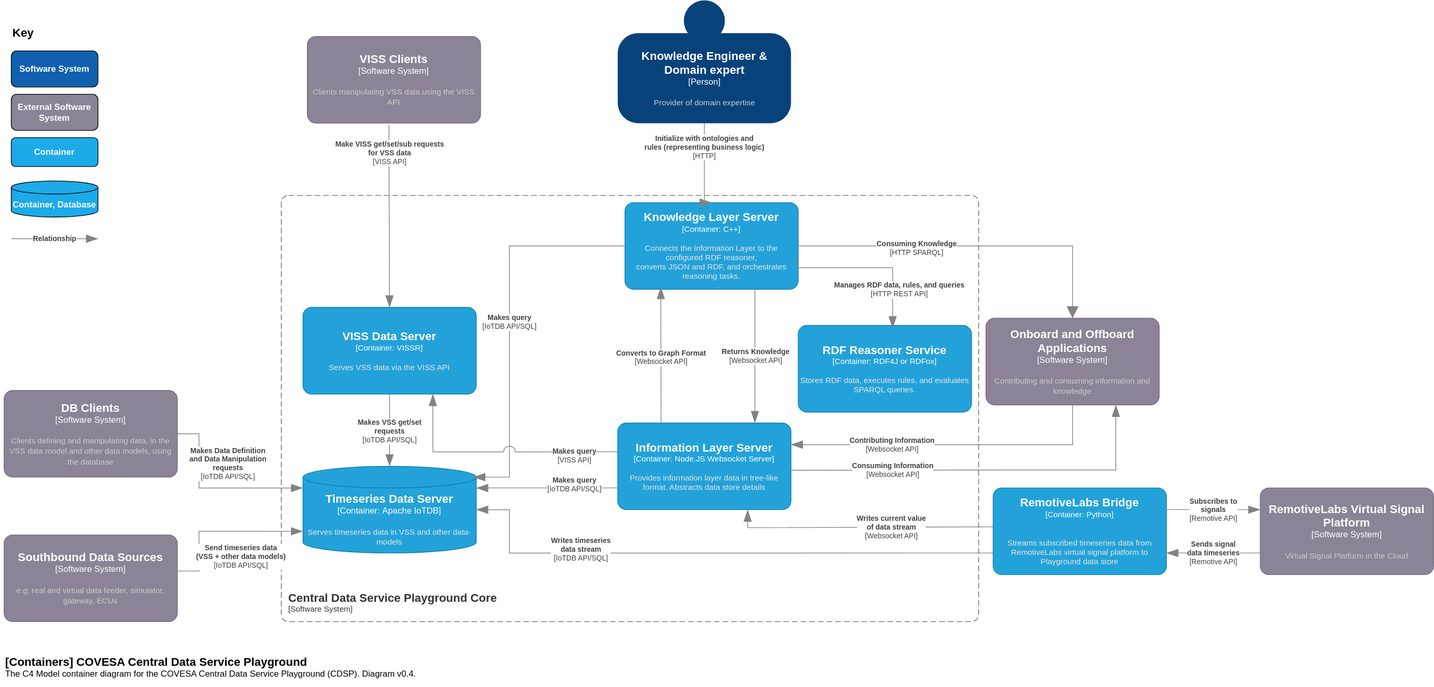
Before: diagrams/CDSP-C4-Model-Container-diagram.drawio.svg, a diagram exported from draw.io (chrizmc/cdsp). Source tidied: cells renumbered, new cells last; positions are measured from the earlier drawing's top-left corner, leaving out a move shared by most shapes.
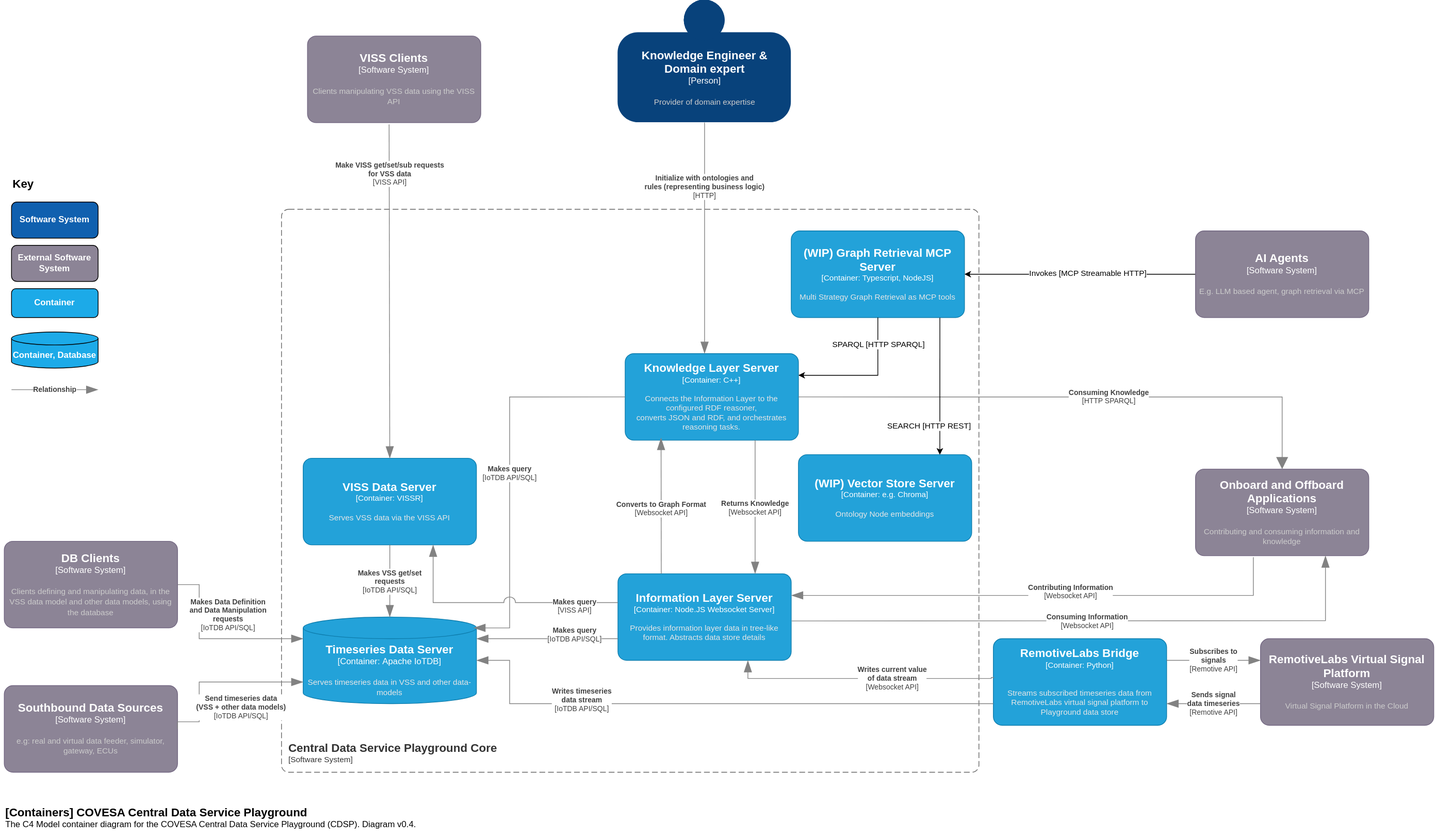
After the commit.

Commit message:
feat(diagrams): add Graph Retrieval MCP Server to C4 diagrams

- Update L2 Container diagram: add Graph Retrieval MCP Server and
  Vector Store as new containers inside the CDSP boundary; add
  AI Agent / LLM Client as new external actor with MCP Streamable HTTP
  relationship.
- Add new L3 Component diagram for Graph Retrieval MCP Server showing
  MCP Transport, Strategy Layer, Shared Services and three adapter
  interfaces (KnowledgeGraphAdapter, InformationLayerAdapter,
  VectorStoreAdapter).

The edit, as a diff of the source:
```diff
@@ -29,7 +29,7 @@
     </object>
     <object id="7" label="&lt;font style=&quot;font-size: 16px&quot;&gt;&lt;b&gt;&lt;div style=&quot;text-align: left&quot;&gt;%c4Name%&lt;/div&gt;&lt;/b&gt;&lt;/font&gt;&lt;div style=&quot;text-align: left&quot;&gt;[%c4Application%]&lt;/div&gt;" c4Application="Software System" c4Name="Central Data Service Playground Core" c4Type="ContainerScopeBoundary" placeholders="1">
       <mxCell style="rounded=1;fontSize=11;whiteSpace=wrap;html=1;dashed=1;arcSize=20;fillColor=none;strokeColor=#666666;fontColor=#333333;labelBackgroundColor=none;align=left;verticalAlign=bottom;labelBorderColor=none;spacingTop=0;spacing=10;dashPattern=8 4;perimeter=rectanglePerimeter;noLabel=0;labelPadding=0;absoluteArcSize=1;" parent="1" vertex="1">
-        <mxGeometry x="384" y="270" width="966" height="590" as="geometry" />
+        <mxGeometry x="384" y="80" width="966" height="780" as="geometry" />
       </mxCell>
     </object>
     <object id="8" label="&lt;div style=&quot;text-align: left&quot;&gt;&lt;div style=&quot;text-align: center&quot;&gt;&lt;b&gt;%c4Description%&lt;/b&gt;&lt;/div&gt;&lt;div style=&quot;text-align: center&quot;&gt;[%c4Technology%]&lt;/div&gt;&lt;/div&gt;" c4Description="Make VISS get/set/sub requests&#10;for VSS data" c4Technology="VISS API" c4Type="Relationship" placeholders="1">
@@ -69,7 +69,7 @@
     </object>
     <object id="13" label="&lt;font style=&quot;font-size: 16px&quot;&gt;&lt;b&gt;%c4Name%&lt;/b&gt;&lt;/font&gt;&lt;div&gt;[%c4Type%]&lt;/div&gt;&lt;br&gt;&lt;div&gt;&lt;font style=&quot;font-size: 11px&quot;&gt;&lt;font color=&quot;#cccccc&quot;&gt;%c4Description%&lt;/font&gt;&lt;/div&gt;" c4Description="Clients manipulating VSS data using the VISS API" c4Name="VISS Clients" c4Type="Software System" placeholders="1">
       <mxCell style="rounded=1;whiteSpace=wrap;html=1;labelBackgroundColor=none;fillColor=#8C8496;fontColor=#ffffff;align=center;arcSize=10;strokeColor=#736782;points=[[0.25,0,0],[0.5,0,0],[0.75,0,0],[1,0.25,0],[1,0.5,0],[1,0.75,0],[0.75,1,0],[0.5,1,0],[0.25,1,0],[0,0.75,0],[0,0.5,0],[0,0.25,0]];" parent="1" vertex="1">
-        <mxGeometry x="420" y="50" width="240" height="120" as="geometry" />
+        <mxGeometry x="420" y="-160" width="240" height="120" as="geometry" />
       </mxCell>
     </object>
     <object id="14" label="&lt;font style=&quot;font-size: 16px&quot;&gt;&lt;b&gt;&lt;div style=&quot;text-align: left&quot;&gt;%c4Name%&lt;/div&gt;&lt;/b&gt;&lt;/font&gt;&lt;div style=&quot;text-align: left&quot;&gt;%c4Description%&lt;/div&gt;" c4Description="The C4 Model container diagram for the COVESA Central Data Service Playground (CDSP). Diagram v0.4." c4Name="[Containers] COVESA Central Data Service Playground" c4Type="ContainerDiagramTitle" placeholders="1">
@@ -179,23 +179,22 @@
     </object>
     <object id="33" label="&lt;font style=&quot;font-size: 16px&quot;&gt;&lt;b&gt;%c4Name%&lt;/b&gt;&lt;/font&gt;&lt;div&gt;[%c4Type%]&lt;/div&gt;&lt;br&gt;&lt;div&gt;&lt;font style=&quot;font-size: 11px&quot;&gt;&lt;font color=&quot;#cccccc&quot;&gt;%c4Description%&lt;/font&gt;&lt;/div&gt;" c4Description="Contributing and consuming information and knowledge " c4Name="Onboard and Offboard Applications" c4Type="Software System" placeholders="1">
       <mxCell style="rounded=1;whiteSpace=wrap;html=1;labelBackgroundColor=none;fillColor=#8C8496;fontColor=#ffffff;align=center;arcSize=10;strokeColor=#736782;points=[[0.25,0,0],[0.5,0,0],[0.75,0,0],[1,0.25,0],[1,0.5,0],[1,0.75,0],[0.75,1,0],[0.5,1,0],[0.25,1,0],[0,0.75,0],[0,0.5,0],[0,0.25,0]];" parent="1" vertex="1">
-        <mxGeometry x="1360" y="440" width="240" height="120" as="geometry" />
+        <mxGeometry x="1650" y="440" width="240" height="120" as="geometry" />
       </mxCell>
     </object>
     <object id="34" label="&lt;div style=&quot;text-align: left&quot;&gt;&lt;div style=&quot;text-align: center&quot;&gt;&lt;b&gt;%c4Description%&lt;/b&gt;&lt;/div&gt;&lt;div style=&quot;text-align: center&quot;&gt;[%c4Technology%]&lt;/div&gt;&lt;/div&gt;" c4Description="Contributing Information" c4Technology="Websocket API" c4Type="Relationship" placeholders="1">
       <mxCell style="endArrow=blockThin;html=1;fontSize=10;fontColor=#404040;strokeWidth=1;endFill=1;strokeColor=#828282;elbow=vertical;endSize=14;startSize=14;jumpStyle=arc;jumpSize=16;rounded=0;edgeStyle=orthogonalEdgeStyle;entryX=1;entryY=0.25;entryDx=0;entryDy=0;entryPerimeter=0;" parent="1" edge="1" target="18">
-        <mxGeometry x="0.37" relative="1" as="geometry">
-          <mxPoint x="1480" y="560" as="sourcePoint" />
+        <mxGeometry x="-0.12" y="-5" relative="1" as="geometry">
+          <mxPoint x="1730.1" y="562" as="sourcePoint" />
           <Array as="points">
-            <mxPoint x="1480" y="562" />
-            <mxPoint x="1480" y="615" />
+            <mxPoint x="1730.1" y="615.1" />
           </Array>
         </mxGeometry>
       </mxCell>
     </object>
     <object id="35" label="&lt;div style=&quot;text-align: left&quot;&gt;&lt;div style=&quot;text-align: center&quot;&gt;&lt;b&gt;%c4Description%&lt;/b&gt;&lt;/div&gt;&lt;div style=&quot;text-align: center&quot;&gt;[%c4Technology%]&lt;/div&gt;&lt;/div&gt;" c4Description="Consuming Information" c4Technology="Websocket API" c4Type="Relationship" placeholders="1">
       <mxCell style="endArrow=blockThin;html=1;fontSize=10;fontColor=#404040;strokeWidth=1;endFill=1;strokeColor=#828282;elbow=vertical;endSize=14;startSize=14;jumpStyle=arc;jumpSize=16;rounded=0;edgeStyle=orthogonalEdgeStyle;entryX=0.75;entryY=1;entryDx=0;entryDy=0;entryPerimeter=0;exitX=1.003;exitY=0.545;exitDx=0;exitDy=0;exitPerimeter=0;" parent="1" edge="1" source="18" target="33">
-        <mxGeometry x="-0.48" relative="1" as="geometry">
+        <mxGeometry x="-0.01" relative="1" as="geometry">
           <Array as="points">
             <mxPoint x="1320" y="650" />
             <mxPoint x="1920" y="650" />
@@ -205,16 +204,17 @@
     </object>
     <object id="36" label="&lt;div style=&quot;text-align: left&quot;&gt;&lt;div style=&quot;text-align: center&quot;&gt;&lt;b&gt;%c4Description%&lt;/b&gt;&lt;/div&gt;&lt;div style=&quot;text-align: center&quot;&gt;[%c4Technology%]&lt;/div&gt;&lt;/div&gt;" c4Description="Consuming Knowledge" c4Technology="HTTP SPARQL" c4Type="Relationship" placeholders="1">
       <mxCell style="endArrow=none;html=1;fontSize=10;fontColor=#404040;strokeWidth=1;endFill=0;strokeColor=#828282;elbow=vertical;endSize=14;startSize=14;jumpStyle=arc;jumpSize=16;rounded=0;edgeStyle=orthogonalEdgeStyle;startArrow=block;startFill=1;entryX=1;entryY=0.5;entryDx=0;entryDy=0;entryPerimeter=0;exitX=0.5;exitY=0;exitDx=0;exitDy=0;exitPerimeter=0;" parent="1" edge="1" source="33" target="17">
-        <mxGeometry x="0.32" y="3" relative="1" as="geometry">
+        <mxGeometry x="-0.12" relative="1" as="geometry">
           <Array as="points">
-            <mxPoint x="1480" y="340" />
+            <mxPoint x="1770.1" y="340" />
           </Array>
         </mxGeometry>
       </mxCell>
     </object>
     <object id="37" label="&lt;div style=&quot;text-align: left&quot;&gt;&lt;div style=&quot;text-align: center&quot;&gt;&lt;b&gt;%c4Description%&lt;/b&gt;&lt;/div&gt;&lt;div style=&quot;text-align: center&quot;&gt;[%c4Technology%]&lt;/div&gt;&lt;/div&gt;" c4Description="Initialize with ontologies and &#10;rules (representing business logic)&#10;" c4Technology="HTTP" c4Type="Relationship" placeholders="1">
-      <mxCell style="endArrow=blockThin;html=1;fontSize=10;fontColor=#404040;strokeWidth=1;endFill=1;strokeColor=#828282;elbow=vertical;endSize=14;startSize=14;jumpStyle=arc;jumpSize=16;rounded=0;edgeStyle=orthogonalEdgeStyle;entryX=0.5;entryY=0;entryDx=0;entryDy=0;entryPerimeter=0;exitX=0.5;exitY=1;exitDx=0;exitDy=0;exitPerimeter=0;" parent="1" edge="1" source="38" target="17">
+      <mxCell style="endArrow=blockThin;html=1;fontSize=10;fontColor=#404040;strokeWidth=1;endFill=1;strokeColor=#828282;elbow=vertical;endSize=14;startSize=14;jumpStyle=arc;jumpSize=16;rounded=0;edgeStyle=orthogonalEdgeStyle;exitX=0.5;exitY=1;exitDx=0;exitDy=0;exitPerimeter=0;" parent="1" edge="1" source="38">
         <mxGeometry x="-0.44" relative="1" as="geometry">
+          <mxPoint x="970" y="280" as="targetPoint" />
           <Array as="points">
             <mxPoint x="970" y="190" />
             <mxPoint x="970" y="190" />
@@ -224,23 +224,47 @@
     </object>
     <object id="38" label="&lt;font style=&quot;font-size: 16px&quot;&gt;&lt;b&gt;%c4Name%&lt;/b&gt;&lt;/font&gt;&lt;div&gt;[%c4Type%]&lt;/div&gt;&lt;br&gt;&lt;div&gt;&lt;font style=&quot;font-size: 11px&quot;&gt;&lt;font color=&quot;#cccccc&quot;&gt;%c4Description%&lt;/font&gt;&lt;/div&gt;" c4Description="Provider of domain expertise" c4Name="Knowledge Engineer &amp;&#10;Domain expert" c4Type="Person" placeholders="1">
       <mxCell style="html=1;dashed=0;whitespace=wrap;fillColor=#08427b;strokeColor=none;fontColor=#ffffff;shape=mxgraph.c4.person;align=center;points=[[0.5,0,0],[1,0.5,0],[1,0.75,0],[0.75,1,0],[0.5,1,0],[0.25,1,0],[0,0.75,0],[0,0.5,0]];metaData={&quot;c4Type&quot;:{&quot;editable&quot;:false}};" parent="1" vertex="1">
-        <mxGeometry x="850" width="240" height="170" as="geometry" />
+        <mxGeometry x="850" y="-210" width="240" height="170" as="geometry" />
       </mxCell>
     </object>
-    <object id="39" label="&lt;font style=&quot;font-size: 16px&quot;&gt;&lt;b&gt;%c4Name%&lt;/b&gt;&lt;/font&gt;&lt;div&gt;[%c4Type%: %c4Technology%]&lt;/div&gt;&lt;br&gt;&lt;div&gt;&lt;font style=&quot;font-size: 11px&quot;&gt;&lt;font color=&quot;#E6E6E6&quot;&gt;%c4Description%&lt;/font&gt;&lt;/div&gt;" c4Description="Stores RDF data, executes rules, and evaluates SPARQL queries." c4Name="RDF Reasoner Service" c4Technology="RDF4J or RDFox" c4Type="Container" placeholders="1">
-      <mxCell style="rounded=1;whiteSpace=wrap;html=1;fontSize=11;labelBackgroundColor=none;fillColor=#23A2D9;fontColor=#ffffff;align=center;arcSize=10;strokeColor=#0E7DAD;points=[[0.25,0,0],[0.5,0,0],[0.75,0,0],[1,0.25,0],[1,0.5,0],[1,0.75,0],[0.75,1,0],[0.5,1,0],[0.25,1,0],[0,0.75,0],[0,0.5,0],[0,0.25,0]];" parent="1" vertex="1">
-        <mxGeometry x="1100" y="450" width="240" height="120" as="geometry" />
-      </mxCell>
-    </object>
-    <object id="40" label="&lt;div style=&quot;text-align: left&quot;&gt;&lt;div style=&quot;text-align: center&quot;&gt;&lt;b&gt;%c4Description%&lt;/b&gt;&lt;/div&gt;&lt;div style=&quot;text-align: center&quot;&gt;[%c4Technology%]&lt;/div&gt;&lt;/div&gt;" c4Description="Manages RDF data, rules, and queries" c4Technology="HTTP REST API" c4Type="Relationship" placeholders="1">
-      <mxCell style="endArrow=blockThin;html=1;fontSize=10;fontColor=#404040;strokeWidth=1;endFill=1;strokeColor=#828282;elbow=vertical;endSize=14;startSize=14;jumpStyle=arc;jumpSize=16;rounded=0;edgeStyle=orthogonalEdgeStyle;exitX=0.994;exitY=0.651;exitDx=0;exitDy=0;exitPerimeter=0;entryX=0.545;entryY=0.031;entryDx=0;entryDy=0;entryPerimeter=0;" parent="1" edge="1" source="17" target="39">
-        <mxGeometry x="0.53" y="9" relative="1" as="geometry">
-          <Array as="points">
-            <mxPoint x="1099" y="370" />
-            <mxPoint x="1231" y="370" />
-          </Array>
-        </mxGeometry>
-      </mxCell>
-    </object>
+    <mxCell id="41" style="edgeStyle=orthogonalEdgeStyle;rounded=0;jettySize=auto;html=1;" parent="1" edge="1" source="43" target="44">
+      <mxGeometry relative="1" as="geometry" />
+    </mxCell>
+    <mxCell id="42" value="Invokes [MCP Streamable HTTP]" style="edgeLabel;html=1;align=center;verticalAlign=middle;" parent="41" vertex="1">
+      <mxGeometry x="-0.06" y="-2" relative="1" as="geometry" />
+    </mxCell>
+    <object id="43" label="&lt;font style=&quot;font-size: 16px&quot;&gt;&lt;b&gt;%c4Name%&lt;/b&gt;&lt;/font&gt;&lt;div&gt;[%c4Type%]&lt;/div&gt;&lt;br&gt;&lt;div&gt;&lt;font style=&quot;font-size: 11px&quot;&gt;&lt;font color=&quot;#cccccc&quot;&gt;%c4Description%&lt;/font&gt;&lt;/div&gt;" c4Description="E.g. LLM based agent, graph retrieval via MCP" c4Name="AI Agents" c4Type="Software System" placeholders="1">
+      <mxCell style="rounded=1;whiteSpace=wrap;html=1;labelBackgroundColor=none;fillColor=#8C8496;fontColor=#ffffff;align=center;arcSize=10;strokeColor=#736782;points=[[0.25,0,0],[0.5,0,0],[0.75,0,0],[1,0.25,0],[1,0.5,0],[1,0.75,0],[0.75,1,0],[0.5,1,0],[0.25,1,0],[0,0.75,0],[0,0.5,0],[0,0.25,0]];" parent="1" vertex="1">
+        <mxGeometry x="1650" y="110" width="240" height="120" as="geometry" />
+      </mxCell>
+    </object>
+    <object id="44" label="&lt;font style=&quot;font-size: 16px&quot;&gt;&lt;b&gt;%c4Name%&lt;/b&gt;&lt;/font&gt;&lt;div&gt;[%c4Type%: %c4Technology%]&lt;/div&gt;&lt;br&gt;&lt;div&gt;&lt;font style=&quot;font-size: 11px&quot;&gt;&lt;font color=&quot;#E6E6E6&quot;&gt;%c4Description%&lt;/font&gt;&lt;/div&gt;" c4Description="Multi Strategy Graph Retrieval as MCP tools" c4Name="(WIP) Graph Retrieval MCP Server" c4Technology="Typescript, NodeJS" c4Type="Container" placeholders="1">
+      <mxCell style="rounded=1;whiteSpace=wrap;html=1;fontSize=11;labelBackgroundColor=none;fillColor=#23A2D9;fontColor=#ffffff;align=center;arcSize=10;strokeColor=#0E7DAD;points=[[0.25,0,0],[0.5,0,0],[0.75,0,0],[1,0.25,0],[1,0.5,0],[1,0.75,0],[0.75,1,0],[0.5,1,0],[0.25,1,0],[0,0.75,0],[0,0.5,0],[0,0.25,0]];" parent="1" vertex="1">
+        <mxGeometry x="1090" y="110" width="240" height="120" as="geometry" />
+      </mxCell>
+    </object>
+    <object id="45" label="&lt;font style=&quot;font-size: 16px&quot;&gt;&lt;b&gt;%c4Name%&lt;/b&gt;&lt;/font&gt;&lt;div&gt;[%c4Type%: %c4Technology%]&lt;/div&gt;&lt;br&gt;&lt;div&gt;&lt;font style=&quot;font-size: 11px&quot;&gt;&lt;font color=&quot;#E6E6E6&quot;&gt;%c4Description%&lt;/font&gt;&lt;/div&gt;" c4Description="Ontology Node embeddings" c4Name="(WIP) Vector Store Server" c4Technology="e.g. Chroma" c4Type="Container" placeholders="1">
+      <mxCell style="rounded=1;whiteSpace=wrap;html=1;fontSize=11;labelBackgroundColor=none;fillColor=#23A2D9;fontColor=#ffffff;align=center;arcSize=10;strokeColor=#0E7DAD;" parent="1" vertex="1">
+        <mxGeometry x="1100" y="420" width="240" height="120" as="geometry" />
+      </mxCell>
+    </object>
+    <mxCell id="46" style="edgeStyle=orthogonalEdgeStyle;rounded=0;jettySize=auto;html=1;entryX=1;entryY=0.25;entryDx=0;entryDy=0;entryPerimeter=0;" parent="1" edge="1" source="44" target="17">
+      <mxGeometry relative="1" as="geometry" />
+    </mxCell>
+    <mxCell id="47" value="SPARQL [HTTP SPARQL]" style="edgeLabel;html=1;align=center;verticalAlign=middle;" parent="46" vertex="1">
+      <mxGeometry x="-0.6" relative="1" as="geometry">
+        <mxPoint y="-1" as="offset" />
+      </mxGeometry>
+    </mxCell>
+    <mxCell id="48" style="edgeStyle=orthogonalEdgeStyle;rounded=0;jettySize=auto;html=1;exitX=0.858;exitY=1.003;exitDx=0;exitDy=0;exitPerimeter=0;" parent="1" edge="1" source="44">
+      <mxGeometry relative="1" as="geometry">
+        <mxPoint x="1295.9" y="420" as="targetPoint" />
+      </mxGeometry>
+    </mxCell>
+    <mxCell id="49" value="SEARCH [HTTP REST]" style="edgeLabel;html=1;align=center;verticalAlign=middle;" parent="48" vertex="1">
+      <mxGeometry x="0.66" relative="1" as="geometry">
+        <mxPoint x="-16" y="-8" as="offset" />
+      </mxGeometry>
+    </mxCell>
   </root>
 </mxGraphModel>
```
